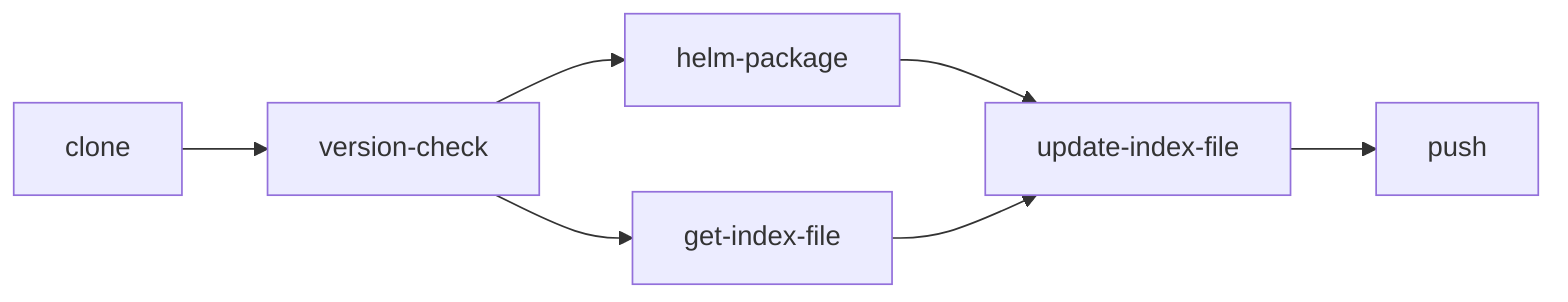
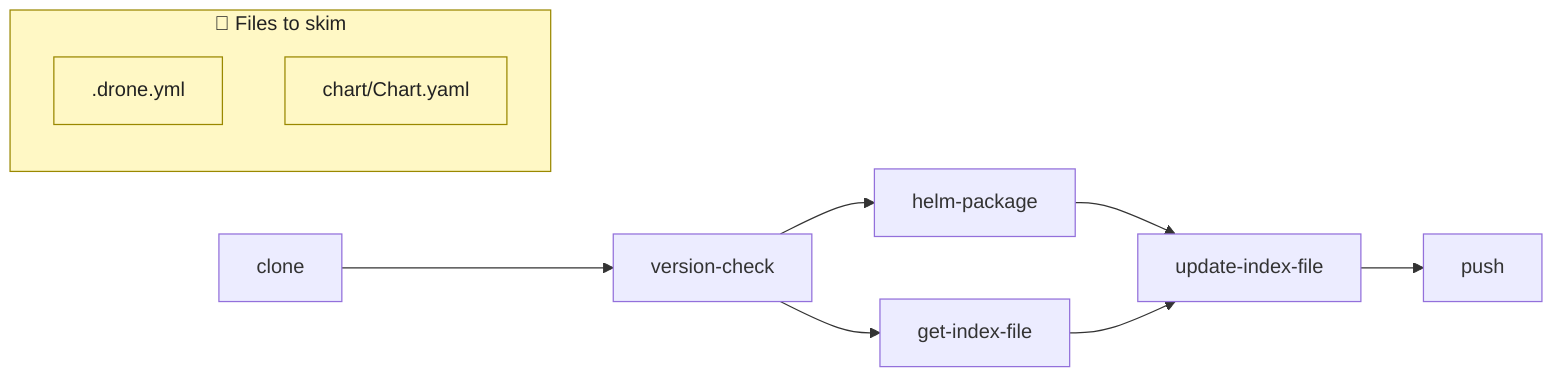
flowchart LR
    clone[clone] --> vc[version-check]
    vc --> pkg[helm-package]
    vc --> get[get-index-file]
    pkg --> upd[update-index-file]
    get --> upd
    upd --> push[push]
+ 
+     subgraph Files["📂 Files to skim"]
+         F1[.drone.yml]
+         F2[chart/Chart.yaml]
+     end
+     classDef files fill:#fff8c5,stroke:#9a8800,color:#222
+     class Files,F1,F2 files
